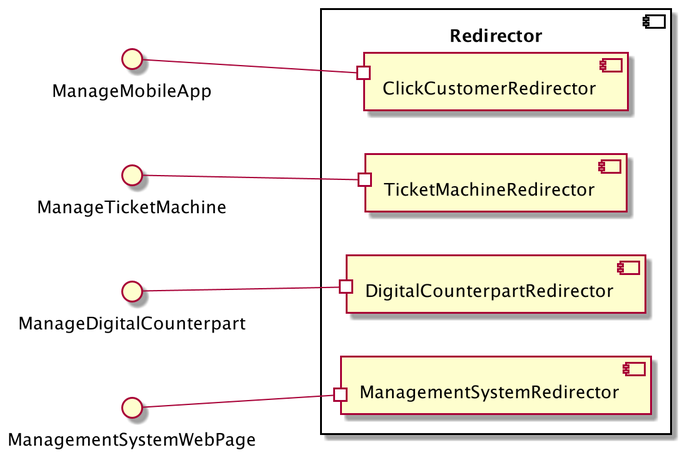
Before: DD/Images/component_diagram_redirector.png, a diagram exported from PlantUML (ZHANG-Y-D/RASD-DD-CLup-CustomersLineup). The source it was exported from:
```plantuml
@startuml

component "Redirector" as RD {

    left to right direction

    [ClickCustomerRedirector] as CC
    [TicketMachineRedirector] as TM
    [DigitalCounterpartRedirector] as DC
    [ManagementSystemRedirector] as MS


}

interface ManageMobileApp
interface ManageTicketMachine
interface ManageDigitalCounterpart
interface ManagementSystemWebPage

ManageMobileApp --# CC
ManageTicketMachine --# TM
ManageDigitalCounterpart --# DC
ManagementSystemWebPage --# MS


@enduml
```
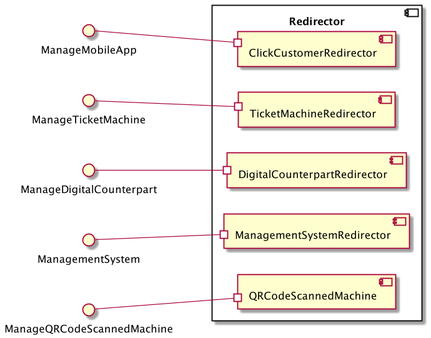
Above is the later version.

The edit, as a diff of the source:
```diff
@@ -8,19 +8,22 @@
     [TicketMachineRedirector] as TM
     [DigitalCounterpartRedirector] as DC
     [ManagementSystemRedirector] as MS
-
+    [QRCodeScannedMachine] as QR
 
 }
 
 interface ManageMobileApp
 interface ManageTicketMachine
 interface ManageDigitalCounterpart
-interface ManagementSystemWebPage
+interface ManagementSystem
+interface ManageQRCodeScannedMachine
+
 
 ManageMobileApp --# CC
 ManageTicketMachine --# TM
 ManageDigitalCounterpart --# DC
-ManagementSystemWebPage --# MS
+ManagementSystem --# MS
+ManageQRCodeScannedMachine --# QR
 
 
 @enduml
```
